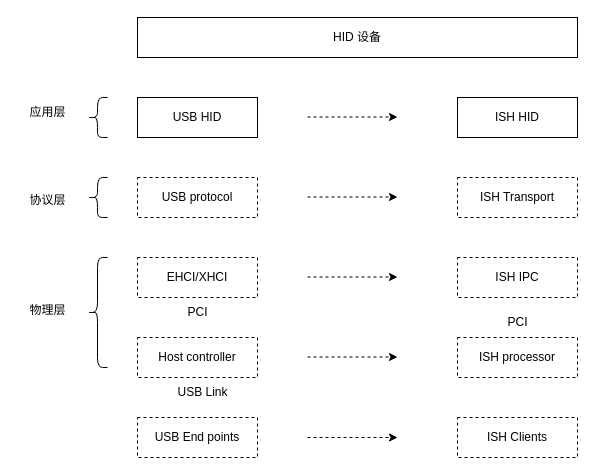
This is page "框架对比" (1 of 2) of ISH 总线设备驱动模型.drawio from Vinson-001/Blog-flow-chart, a draw.io file, before an edit. Source tidied: cells renumbered, new cells numbered last; positions are measured from the earlier drawing's top-left corner, leaving out a move shared by most shapes. Both pictures are drawn from the tidied source at 100%, with x=0, y=0 at pixel (17, 17).
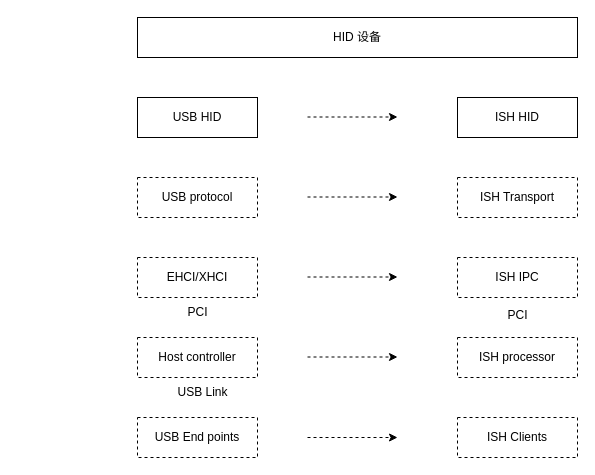
After the change.

The edit, as a diff of the source:
```diff
@@
     <mxCell id="11" value="PCI" style="text;html=1;align=center;verticalAlign=middle;strokeColor=none;fillColor=none;" parent="1" vertex="1">
-      <mxGeometry x="480" y="290" width="40" height="30" as="geometry" />
+      <mxGeometry x="480" y="283" width="40" height="30" as="geometry" />
     </mxCell>
@@
-    <mxCell id="21" style="shape=curlyBracket;whiteSpace=wrap;html=1;rounded=1;labelPosition=left;verticalLabelPosition=middle;align=right;verticalAlign=middle;" parent="1" vertex="1">
-      <mxGeometry x="70" y="80" width="20" height="40" as="geometry" />
-    </mxCell>
-    <mxCell id="22" value="应用层" style="text;html=1;align=center;verticalAlign=middle;strokeColor=none;fillColor=none;" parent="1" vertex="1">
-      <mxGeometry y="80" width="60" height="30" as="geometry" />
-    </mxCell>
-    <mxCell id="23" style="shape=curlyBracket;whiteSpace=wrap;html=1;rounded=1;labelPosition=left;verticalLabelPosition=middle;align=right;verticalAlign=middle;" parent="1" vertex="1">
-      <mxGeometry x="70" y="160" width="20" height="40" as="geometry" />
-    </mxCell>
-    <mxCell id="24" value="协议层" style="text;html=1;align=center;verticalAlign=middle;strokeColor=none;fillColor=none;" parent="1" vertex="1">
-      <mxGeometry y="168" width="60" height="30" as="geometry" />
-    </mxCell>
-    <mxCell id="25" style="shape=curlyBracket;whiteSpace=wrap;html=1;rounded=1;labelPosition=left;verticalLabelPosition=middle;align=right;verticalAlign=middle;" parent="1" vertex="1">
-      <mxGeometry x="70" y="240" width="20" height="110" as="geometry" />
-    </mxCell>
-    <mxCell id="26" value="物理层" style="text;html=1;align=center;verticalAlign=middle;strokeColor=none;fillColor=none;" parent="1" vertex="1">
-      <mxGeometry y="278" width="60" height="30" as="geometry" />
-    </mxCell>
```
